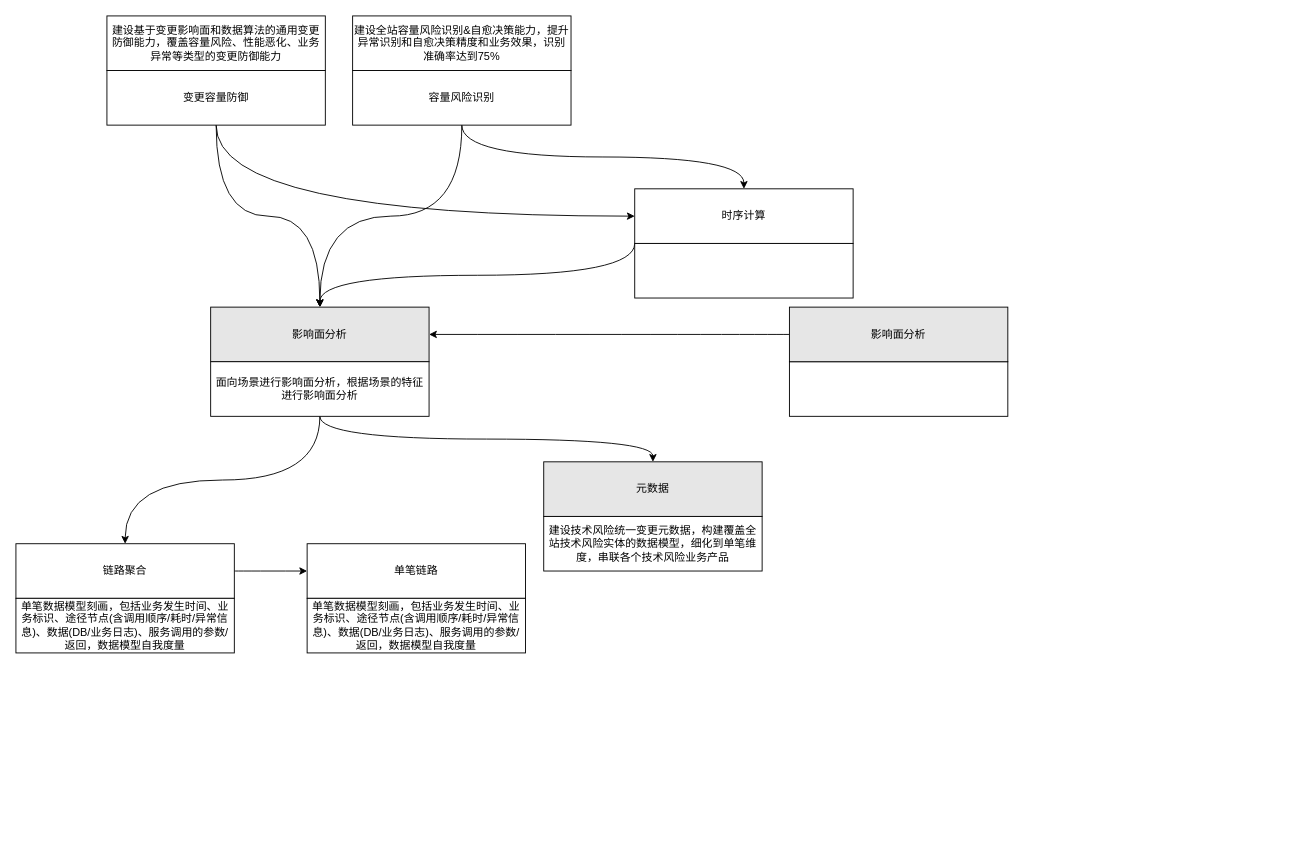
Earlier version of the draw.io diagram 蚂蚁金服/OKR组织.drawio (frankneu/draw.io). Source tidied: cells renumbered, new cells numbered last; positions are measured from the earlier drawing's top-left corner, leaving out a move shared by most shapes. Both pictures are drawn from the tidied source at 91%, with x=0, y=0 at pixel (15, 15).
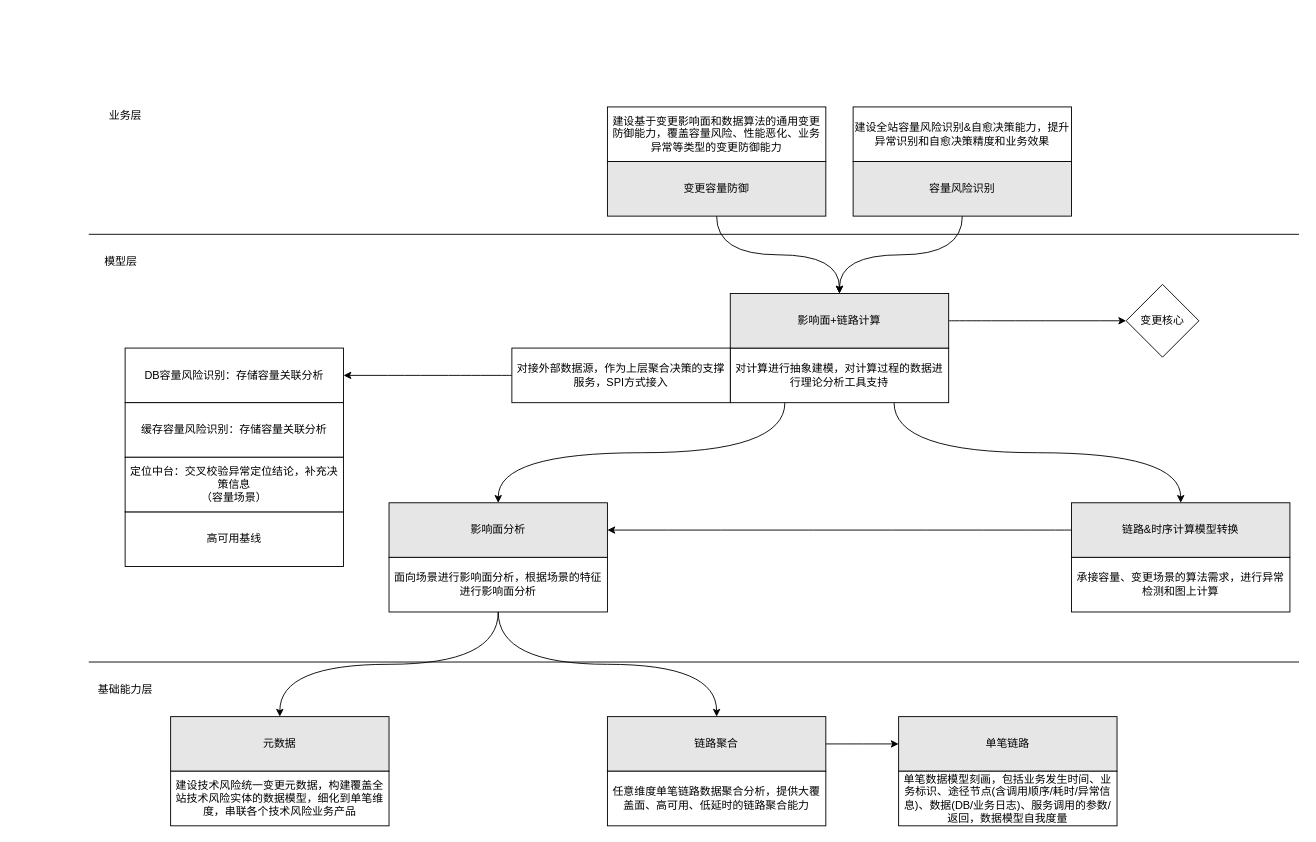
The same page after the edit.

The edit, as a diff of the source:
```diff
@@
-    <mxCell id="2" style="edgeStyle=orthogonalEdgeStyle;rounded=0;jettySize=auto;html=1;exitX=0.5;exitY=1;exitDx=0;exitDy=0;entryX=0.5;entryY=0;entryDx=0;entryDy=0;curved=1;" parent="1" edge="1" source="4" target="9">
-      <mxGeometry relative="1" as="geometry" />
-    </mxCell>
-    <mxCell id="3" style="edgeStyle=orthogonalEdgeStyle;curved=1;rounded=0;jettySize=auto;html=1;exitX=0.5;exitY=1;exitDx=0;exitDy=0;entryX=0;entryY=0.5;entryDx=0;entryDy=0;" parent="1" edge="1" source="4" target="25">
-      <mxGeometry relative="1" as="geometry" />
-    </mxCell>
+    <mxCell id="27" style="edgeStyle=orthogonalEdgeStyle;curved=1;rounded=0;jettySize=auto;html=1;exitX=0.5;exitY=1;exitDx=0;exitDy=0;" parent="1" edge="1" source="4" target="23">
+      <mxGeometry relative="1" as="geometry" />
+    </mxCell>
-    <mxCell id="4" value="变更容量防御" style="rounded=0;whiteSpace=wrap;html=1;" parent="1" vertex="1">
-      <mxGeometry x="100" y="60" width="240" height="60" as="geometry" />
+    <mxCell id="4" value="变更容量防御" style="rounded=0;whiteSpace=wrap;html=1;fillColor=#E6E6E6;" parent="1" vertex="1">
+      <mxGeometry x="650" y="160" width="240" height="60" as="geometry" />
     </mxCell>
-    <mxCell id="5" style="edgeStyle=orthogonalEdgeStyle;rounded=0;jettySize=auto;html=1;exitX=0.5;exitY=1;exitDx=0;exitDy=0;entryX=0.5;entryY=0;entryDx=0;entryDy=0;curved=1;" parent="1" edge="1" source="7" target="9">
-      <mxGeometry relative="1" as="geometry" />
-    </mxCell>
-    <mxCell id="6" style="edgeStyle=orthogonalEdgeStyle;curved=1;rounded=0;jettySize=auto;html=1;exitX=0.5;exitY=1;exitDx=0;exitDy=0;entryX=0.5;entryY=0;entryDx=0;entryDy=0;" parent="1" edge="1" source="7" target="25">
-      <mxGeometry relative="1" as="geometry" />
-    </mxCell>
+    <mxCell id="28" style="edgeStyle=orthogonalEdgeStyle;curved=1;rounded=0;jettySize=auto;html=1;exitX=0.5;exitY=1;exitDx=0;exitDy=0;" parent="1" edge="1" source="7" target="23">
+      <mxGeometry relative="1" as="geometry" />
+    </mxCell>
-    <mxCell id="7" value="容量风险识别" style="rounded=0;whiteSpace=wrap;html=1;" parent="1" vertex="1">
-      <mxGeometry x="370" y="60" width="240" height="60" as="geometry" />
+    <mxCell id="7" value="容量风险识别" style="rounded=0;whiteSpace=wrap;html=1;fillColor=#E6E6E6;" parent="1" vertex="1">
+      <mxGeometry x="920" y="160" width="240" height="60" as="geometry" />
     </mxCell>
     <mxCell id="8" value="元数据" style="rounded=0;whiteSpace=wrap;html=1;fillColor=#E6E6E6;" parent="1" vertex="1">
-      <mxGeometry x="580" y="490" width="240" height="60" as="geometry" />
+      <mxGeometry x="170" y="770" width="240" height="60" as="geometry" />
     </mxCell>
     <mxCell id="9" value="影响面分析" style="rounded=0;whiteSpace=wrap;html=1;fillColor=#E6E6E6;" parent="1" vertex="1">
-      <mxGeometry x="214" y="320" width="240" height="60" as="geometry" />
+      <mxGeometry x="410" y="535" width="240" height="60" as="geometry" />
     </mxCell>
-    <mxCell id="10" style="edgeStyle=orthogonalEdgeStyle;curved=1;rounded=0;jettySize=auto;html=1;exitX=1;exitY=0.5;exitDx=0;exitDy=0;" parent="1" edge="1" source="11" target="16">
+    <mxCell id="10" style="edgeStyle=orthogonalEdgeStyle;curved=1;rounded=0;jettySize=auto;html=1;exitX=1;exitY=0.5;exitDx=0;exitDy=0;fillColor=#E6E6E6;" parent="1" edge="1" source="11" target="16">
       <mxGeometry relative="1" as="geometry" />
     </mxCell>
-    <mxCell id="11" value="链路聚合" style="rounded=0;whiteSpace=wrap;html=1;" parent="1" vertex="1">
-      <mxGeometry y="580" width="240" height="60" as="geometry" />
+    <mxCell id="11" value="链路聚合" style="rounded=0;whiteSpace=wrap;html=1;fillColor=#E6E6E6;" parent="1" vertex="1">
+      <mxGeometry x="650" y="770" width="240" height="60" as="geometry" />
     </mxCell>
     <mxCell id="12" value="建设基于变更影响面和数据算法的通用变更防御能力，覆盖容量风险、性能恶化、业务异常等类型的变更防御能力" style="rounded=0;whiteSpace=wrap;html=1;" parent="1" vertex="1">
-      <mxGeometry x="100" width="240" height="60" as="geometry" />
+      <mxGeometry x="650" y="100" width="240" height="60" as="geometry" />
     </mxCell>
-    <mxCell id="13" value="建设全站容量风险识别&amp;amp;自愈决策能力，提升异常识别和自愈决策精度和业务效果，识别准确率达到75%" style="rounded=0;whiteSpace=wrap;html=1;" parent="1" vertex="1">
-      <mxGeometry x="370" width="240" height="60" as="geometry" />
+    <mxCell id="13" value="建设全站容量风险识别&amp;amp;自愈决策能力，提升异常识别和自愈决策精度和业务效果" style="rounded=0;whiteSpace=wrap;html=1;" parent="1" vertex="1">
+      <mxGeometry x="920" y="100" width="240" height="60" as="geometry" />
     </mxCell>
-    <mxCell id="14" value="&lt;span&gt;单笔数据模型刻画，包括业务发生时间、业务标识、途径节点(含调用顺序/耗时/异常信息)、数据(DB/业务日志)、服务调用的参数/返回，数据模型自我度量&lt;/span&gt;" style="rounded=0;whiteSpace=wrap;html=1;" parent="1" vertex="1">
-      <mxGeometry y="640" width="240" height="60" as="geometry" />
+    <mxCell id="14" value="&lt;span&gt;任意维度单笔链路数据聚合分析，提供大覆盖面、高可用、低延时的链路聚合能力&lt;/span&gt;" style="rounded=0;whiteSpace=wrap;html=1;" parent="1" vertex="1">
+      <mxGeometry x="650" y="830" width="240" height="60" as="geometry" />
     </mxCell>
     <mxCell id="15" value="建设技术风险统一变更元数据，构建覆盖全站技术风险实体的数据模型，细化到单笔维度，串联各个技术风险业务产品" style="rounded=0;whiteSpace=wrap;html=1;" parent="1" vertex="1">
-      <mxGeometry x="580" y="550" width="240" height="60" as="geometry" />
+      <mxGeometry x="170" y="830" width="240" height="60" as="geometry" />
     </mxCell>
-    <mxCell id="16" value="单笔链路" style="rounded=0;whiteSpace=wrap;html=1;" parent="1" vertex="1">
-      <mxGeometry x="320" y="580" width="240" height="60" as="geometry" />
+    <mxCell id="16" value="单笔链路" style="rounded=0;whiteSpace=wrap;html=1;fillColor=#E6E6E6;" parent="1" vertex="1">
+      <mxGeometry x="970" y="770" width="240" height="60" as="geometry" />
     </mxCell>
     <mxCell id="17" value="单笔数据模型刻画，包括业务发生时间、业务标识、途径节点(含调用顺序/耗时/异常信息)、数据(DB/业务日志)、服务调用的参数/返回，数据模型自我度量" style="rounded=0;whiteSpace=wrap;html=1;" parent="1" vertex="1">
-      <mxGeometry x="320" y="640" width="240" height="60" as="geometry" />
+      <mxGeometry x="970" y="830" width="240" height="60" as="geometry" />
     </mxCell>
@@
     <mxCell id="20" value="面向场景进行影响面分析，根据场景的特征进行影响面分析" style="rounded=0;whiteSpace=wrap;html=1;" parent="1" vertex="1">
-      <mxGeometry x="214" y="380" width="240" height="60" as="geometry" />
+      <mxGeometry x="410" y="595" width="240" height="60" as="geometry" />
     </mxCell>
-    <mxCell id="21" style="rounded=0;whiteSpace=wrap;html=1;" parent="1" vertex="1">
-      <mxGeometry x="850" y="380" width="240" height="60" as="geometry" />
+    <mxCell id="21" value="对计算进行抽象建模，对计算过程的数据进行理论分析工具支持" style="rounded=0;whiteSpace=wrap;html=1;" parent="1" vertex="1">
+      <mxGeometry x="785" y="365" width="240" height="60" as="geometry" />
     </mxCell>
-    <mxCell id="22" style="edgeStyle=orthogonalEdgeStyle;curved=1;rounded=0;jettySize=auto;html=1;exitX=0;exitY=0.5;exitDx=0;exitDy=0;entryX=1;entryY=0.5;entryDx=0;entryDy=0;" parent="1" edge="1" source="23" target="9">
-      <mxGeometry relative="1" as="geometry" />
-    </mxCell>
+    <mxCell id="29" style="edgeStyle=orthogonalEdgeStyle;curved=1;rounded=0;jettySize=auto;html=1;exitX=0.25;exitY=1;exitDx=0;exitDy=0;entryX=0.5;entryY=0;entryDx=0;entryDy=0;" parent="1" edge="1" source="21" target="9">
+      <mxGeometry relative="1" as="geometry" />
+    </mxCell>
+    <mxCell id="30" style="edgeStyle=orthogonalEdgeStyle;curved=1;rounded=0;jettySize=auto;html=1;exitX=0.75;exitY=1;exitDx=0;exitDy=0;" parent="1" edge="1" source="21" target="25">
+      <mxGeometry relative="1" as="geometry" />
+    </mxCell>
+    <mxCell id="31" style="edgeStyle=orthogonalEdgeStyle;curved=1;rounded=0;jettySize=auto;html=1;exitX=1;exitY=0.5;exitDx=0;exitDy=0;fillColor=#E6E6E6;entryX=0;entryY=0.5;entryDx=0;entryDy=0;" parent="1" edge="1" source="23" target="43">
+      <mxGeometry relative="1" as="geometry" />
+    </mxCell>
-    <mxCell id="23" value="影响面分析" style="rounded=0;whiteSpace=wrap;html=1;fillColor=#E6E6E6;" parent="1" vertex="1">
-      <mxGeometry x="850" y="320" width="240" height="60" as="geometry" />
+    <mxCell id="23" value="影响面+链路计算" style="rounded=0;whiteSpace=wrap;html=1;fillColor=#E6E6E6;" parent="1" vertex="1">
+      <mxGeometry x="785" y="305" width="240" height="60" as="geometry" />
     </mxCell>
-    <mxCell id="24" style="edgeStyle=orthogonalEdgeStyle;curved=1;rounded=0;jettySize=auto;html=1;exitX=0;exitY=1;exitDx=0;exitDy=0;" parent="1" edge="1" source="25" target="9">
+    <mxCell id="24" style="edgeStyle=orthogonalEdgeStyle;curved=1;rounded=0;jettySize=auto;html=1;exitX=0;exitY=0.5;exitDx=0;exitDy=0;" parent="1" edge="1" source="25" target="9">
       <mxGeometry relative="1" as="geometry" />
     </mxCell>
-    <mxCell id="25" value="时序计算" style="rounded=0;whiteSpace=wrap;html=1;" parent="1" vertex="1">
-      <mxGeometry x="680" y="190" width="240" height="60" as="geometry" />
+    <mxCell id="25" value="链路&amp;amp;时序计算模型转换" style="rounded=0;whiteSpace=wrap;html=1;fillColor=#E6E6E6;" parent="1" vertex="1">
+      <mxGeometry x="1160" y="535" width="240" height="60" as="geometry" />
     </mxCell>
-    <mxCell id="26" style="rounded=0;whiteSpace=wrap;html=1;" parent="1" vertex="1">
-      <mxGeometry x="680" y="250" width="240" height="60" as="geometry" />
+    <mxCell id="26" value="承接容量、变更场景的算法需求，进行异常检测和图上计算" style="rounded=0;whiteSpace=wrap;html=1;" parent="1" vertex="1">
+      <mxGeometry x="1160" y="595" width="240" height="60" as="geometry" />
     </mxCell>
+    <mxCell id="32" style="edgeStyle=orthogonalEdgeStyle;curved=1;rounded=0;jettySize=auto;html=1;fillColor=#E6E6E6;" parent="1" edge="1" source="33" target="34">
+      <mxGeometry relative="1" as="geometry" />
+    </mxCell>
+    <mxCell id="33" value="对接外部数据源，作为上层聚合决策的支撑服务，SPI方式接入" style="rounded=0;whiteSpace=wrap;html=1;fillColor=#FFFFFF;" parent="1" vertex="1">
+      <mxGeometry x="545" y="365" width="240" height="60" as="geometry" />
+    </mxCell>
+    <mxCell id="34" value="DB容量风险识别：存储容量关联分析" style="rounded=0;whiteSpace=wrap;html=1;fillColor=#FFFFFF;" parent="1" vertex="1">
+      <mxGeometry x="120" y="365" width="240" height="60" as="geometry" />
+    </mxCell>
+    <mxCell id="35" value="缓存容量风险识别：存储容量关联分析" style="rounded=0;whiteSpace=wrap;html=1;fillColor=#FFFFFF;" parent="1" vertex="1">
+      <mxGeometry x="120" y="425" width="240" height="60" as="geometry" />
+    </mxCell>
+    <mxCell id="36" value="高可用基线" style="rounded=0;whiteSpace=wrap;html=1;fillColor=#FFFFFF;" parent="1" vertex="1">
+      <mxGeometry x="120" y="545" width="240" height="60" as="geometry" />
+    </mxCell>
+    <mxCell id="37" value="定位中台：交叉校验异常定位结论，补充决策信息&lt;br&gt;（容量场景）" style="rounded=0;whiteSpace=wrap;html=1;fillColor=#FFFFFF;" parent="1" vertex="1">
+      <mxGeometry x="120" y="485" width="240" height="60" as="geometry" />
+    </mxCell>
+    <mxCell id="38" style="endArrow=none;html=1;fillColor=#E6E6E6;" parent="1" edge="1">
+      <mxGeometry relative="1" as="geometry">
+        <mxPoint x="80" y="240" as="sourcePoint" />
+        <mxPoint x="1410" y="240" as="targetPoint" />
+      </mxGeometry>
+    </mxCell>
+    <mxCell id="39" style="endArrow=none;html=1;fillColor=#E6E6E6;" parent="1" edge="1">
+      <mxGeometry relative="1" as="geometry">
+        <mxPoint x="80" y="710" as="sourcePoint" />
+        <mxPoint x="1410" y="710" as="targetPoint" />
+      </mxGeometry>
+    </mxCell>
+    <mxCell id="40" value="业务层" style="text;html=1;align=center;verticalAlign=middle;strokeColor=none;" parent="1" vertex="1">
+      <mxGeometry x="95" y="100" width="50" height="20" as="geometry" />
+    </mxCell>
+    <mxCell id="41" value="模型层" style="text;html=1;align=center;verticalAlign=middle;strokeColor=none;" parent="1" vertex="1">
+      <mxGeometry x="90" y="260" width="50" height="20" as="geometry" />
+    </mxCell>
+    <mxCell id="42" value="基础能力层" style="text;html=1;align=center;verticalAlign=middle;strokeColor=none;" parent="1" vertex="1">
+      <mxGeometry x="80" y="730" width="80" height="20" as="geometry" />
+    </mxCell>
+    <mxCell id="43" value="变更核心" style="rhombus;whiteSpace=wrap;html=1;fillColor=#FFFFFF;" parent="1" vertex="1">
+      <mxGeometry x="1220" y="295" width="80" height="80" as="geometry" />
+    </mxCell>
```
